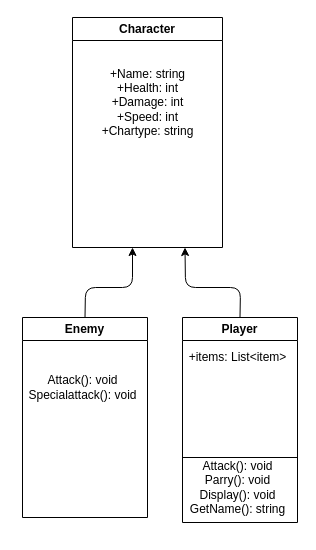
te22a-Lee-Theo/WinterProject keeps this draw.io diagram as diagram.drawio. Above is the earlier version. Source tidied: cells renumbered, new cells numbered last; positions are measured from the earlier drawing's top-left corner, leaving out a move shared by most shapes. Both pictures are drawn from the tidied source at 100%, with x=0, y=0 at pixel (17, 17).
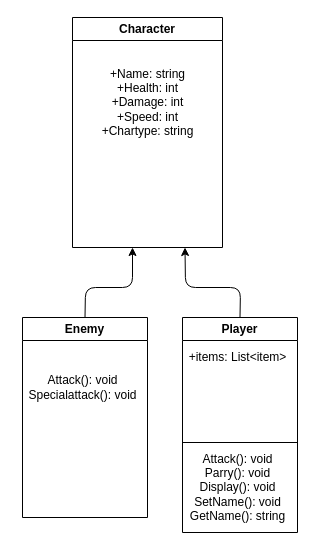
The same diagram, later.

Commit message (it also covers changes not shown here):
set + get name method, display inventory method

The edit, as a diff of the source:
```diff
@@
 <mxGraphModel>
   <root>
     <mxCell id="0" />
     <mxCell id="1" parent="0" />
     <mxCell id="2" value="Character" style="swimlane;whiteSpace=wrap;html=1;" parent="1" vertex="1">
       <mxGeometry x="55" width="150" height="230" as="geometry" />
     </mxCell>
     <mxCell id="3" value="+Name: string&lt;br&gt;+Health: int&lt;br&gt;+Damage: int&lt;br&gt;+Speed: int&lt;br&gt;+Chartype: string" style="text;html=1;align=center;verticalAlign=middle;strokeColor=none;fillColor=none;" parent="2" vertex="1">
       <mxGeometry x="15" y="40" width="120" height="90" as="geometry" />
     </mxCell>
     <mxCell id="4" value="Player" style="swimlane;whiteSpace=wrap;html=1;" parent="1" vertex="1">
-      <mxGeometry x="165" y="300" width="115" height="205" as="geometry" />
+      <mxGeometry x="165" y="300" width="115" height="215" as="geometry" />
     </mxCell>
-    <mxCell id="5" value="Attack(): void&lt;br&gt;Parry(): void&lt;br&gt;Display(): void&lt;br&gt;GetName(): string" style="text;html=1;align=center;verticalAlign=middle;strokeColor=none;fillColor=none;" parent="4" vertex="1">
-      <mxGeometry x="-5" y="135" width="120" height="70" as="geometry" />
+    <mxCell id="5" value="Attack(): void&lt;br&gt;Parry(): void&lt;br&gt;Display(): void&lt;br&gt;SetName(): void&lt;br&gt;GetName(): string" style="text;html=1;align=center;verticalAlign=middle;strokeColor=none;fillColor=none;" parent="4" vertex="1">
+      <mxGeometry x="-5" y="125" width="120" height="90" as="geometry" />
     </mxCell>
     <mxCell id="6" value="+items: List&amp;lt;item&amp;gt;" style="text;html=1;align=center;verticalAlign=middle;strokeColor=none;fillColor=none;" parent="4" vertex="1">
       <mxGeometry x="-5" y="25" width="120" height="30" as="geometry" />
     </mxCell>
     <mxCell id="7" style="endArrow=none;html=1;" parent="4" edge="1">
       <mxGeometry relative="1" as="geometry">
-        <mxPoint y="140" as="sourcePoint" />
-        <mxPoint x="115" y="140" as="targetPoint" />
+        <mxPoint y="125" as="sourcePoint" />
+        <mxPoint x="115" y="125" as="targetPoint" />
       </mxGeometry>
     </mxCell>
     <mxCell id="8" style="edgeStyle=none;html=1;exitX=0.5;exitY=0;exitDx=0;exitDy=0;" parent="1" edge="1" source="9">
       <mxGeometry relative="1" as="geometry">
         <mxPoint x="115" y="230" as="targetPoint" />
         <Array as="points">
           <mxPoint x="68" y="270" />
           <mxPoint x="115" y="270" />
         </Array>
       </mxGeometry>
     </mxCell>
     <mxCell id="9" value="Enemy" style="swimlane;whiteSpace=wrap;html=1;" parent="1" vertex="1">
       <mxGeometry x="5" y="300" width="125" height="200" as="geometry" />
     </mxCell>
     <mxCell id="10" value="Attack(): void&lt;br&gt;Specialattack(): void" style="text;html=1;align=center;verticalAlign=middle;strokeColor=none;fillColor=none;" parent="9" vertex="1">
       <mxGeometry x="-5" y="50" width="130" height="40" as="geometry" />
     </mxCell>
     <mxCell id="11" style="endArrow=classic;html=1;exitX=0.5;exitY=0;exitDx=0;exitDy=0;entryX=0.75;entryY=1;entryDx=0;entryDy=0;" parent="1" edge="1" source="4" target="2">
       <mxGeometry relative="1" as="geometry">
         <Array as="points">
           <mxPoint x="223" y="270" />
           <mxPoint x="168" y="270" />
         </Array>
       </mxGeometry>
     </mxCell>
   </root>
 </mxGraphModel>
```
